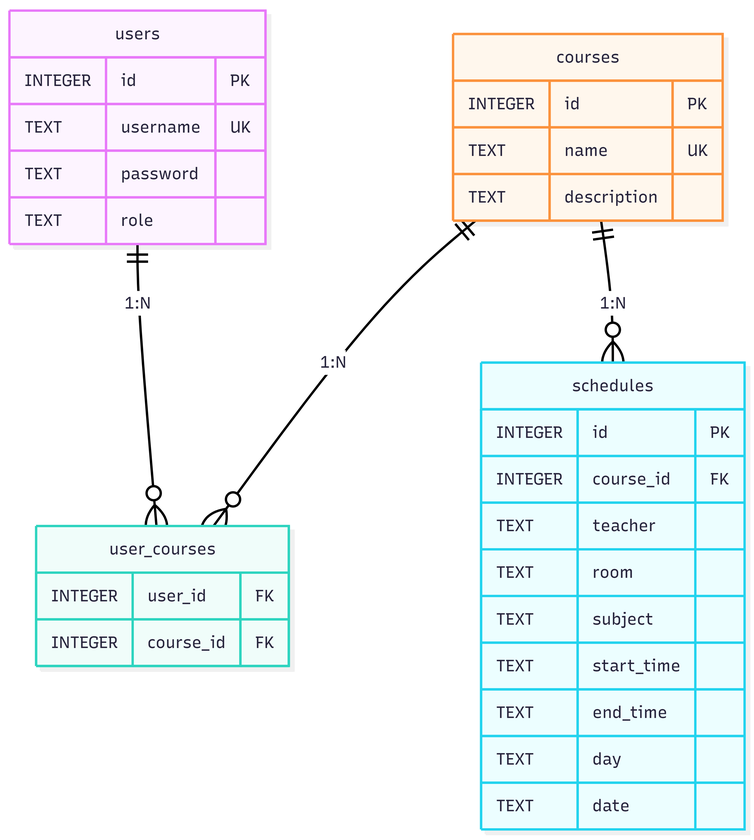
Before: backend/Schema/Schema.png, a diagram exported from Mermaid (NicoMaker/Portale_H_ITS). Its source is kept beside it as backend/Schema/Schema.mmd. Its diagram source:
```mermaid
erDiagram
    users ||--o{ user_courses : "1:N"
    courses ||--o{ user_courses : "1:N"
    courses ||--o{ schedules : "1:N"

    users {
        INTEGER id PK
        TEXT username UK
        TEXT password
        TEXT role
    }

    courses {
        INTEGER id PK
        TEXT name UK
        TEXT description
    }

    user_courses {
        INTEGER user_id FK
        INTEGER course_id FK
    }

    schedules {
        INTEGER id PK
        INTEGER course_id FK
        TEXT teacher
        TEXT room
        TEXT subject
        TEXT start_time
        TEXT end_time
        TEXT day
        TEXT date
    }
```
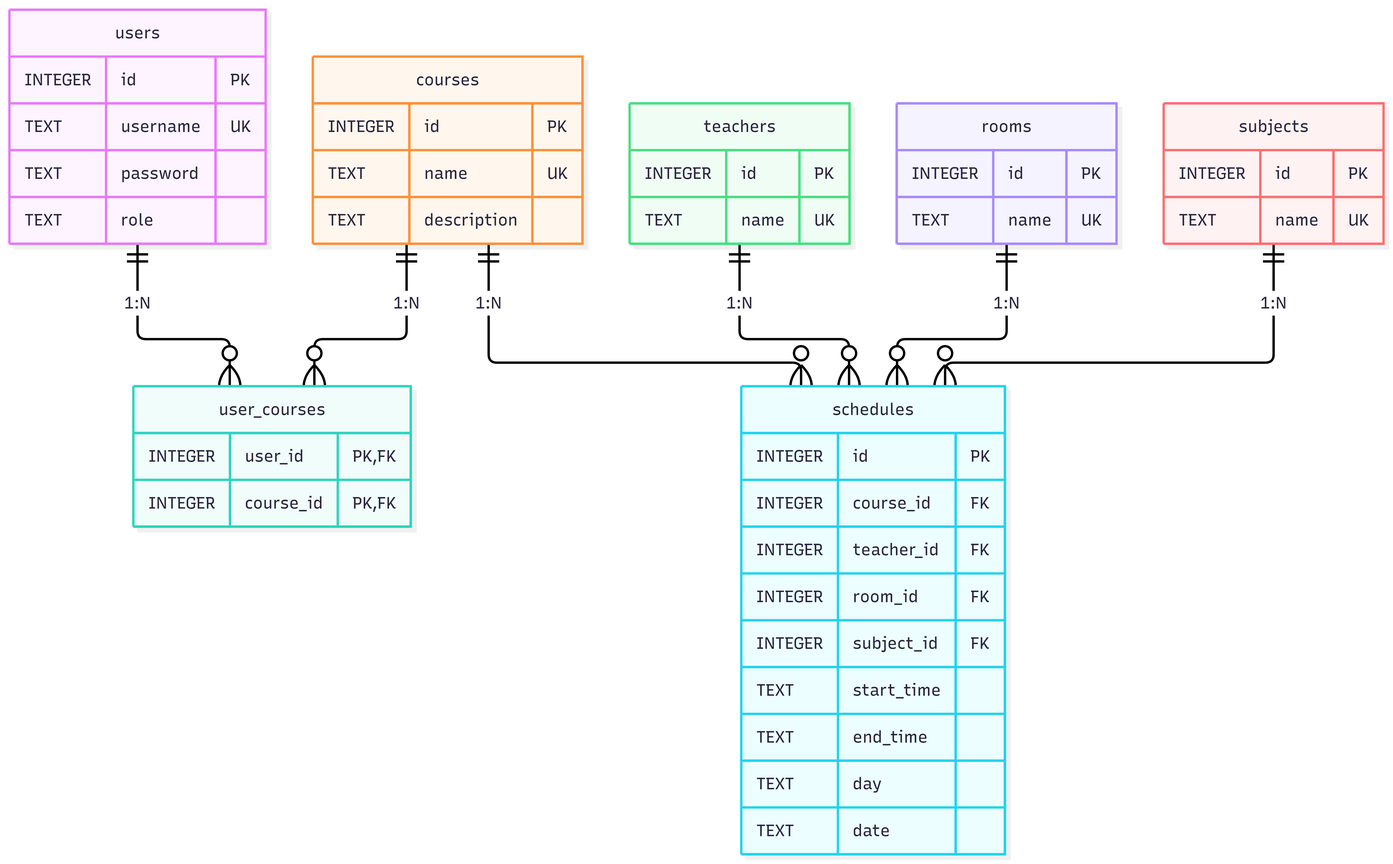
After the change.

The edit, as a diff of the source:
```diff
@@ -2,6 +2,9 @@
     users ||--o{ user_courses : "1:N"
     courses ||--o{ user_courses : "1:N"
     courses ||--o{ schedules : "1:N"
+    teachers ||--o{ schedules : "1:N"
+    rooms ||--o{ schedules : "1:N"
+    subjects ||--o{ schedules : "1:N"
 
     users {
         INTEGER id PK
@@ -17,16 +20,31 @@
     }
 
     user_courses {
-        INTEGER user_id FK
-        INTEGER course_id FK
+        INTEGER user_id PK, FK
+        INTEGER course_id PK, FK
+    }
+
+    teachers {
+        INTEGER id PK
+        TEXT name UK
+    }
+
+    rooms {
+        INTEGER id PK
+        TEXT name UK
+    }
+
+    subjects {
+        INTEGER id PK
+        TEXT name UK
     }
 
     schedules {
         INTEGER id PK
         INTEGER course_id FK
-        TEXT teacher
-        TEXT room
-        TEXT subject
+        INTEGER teacher_id FK
+        INTEGER room_id FK
+        INTEGER subject_id FK
         TEXT start_time
         TEXT end_time
         TEXT day
```
